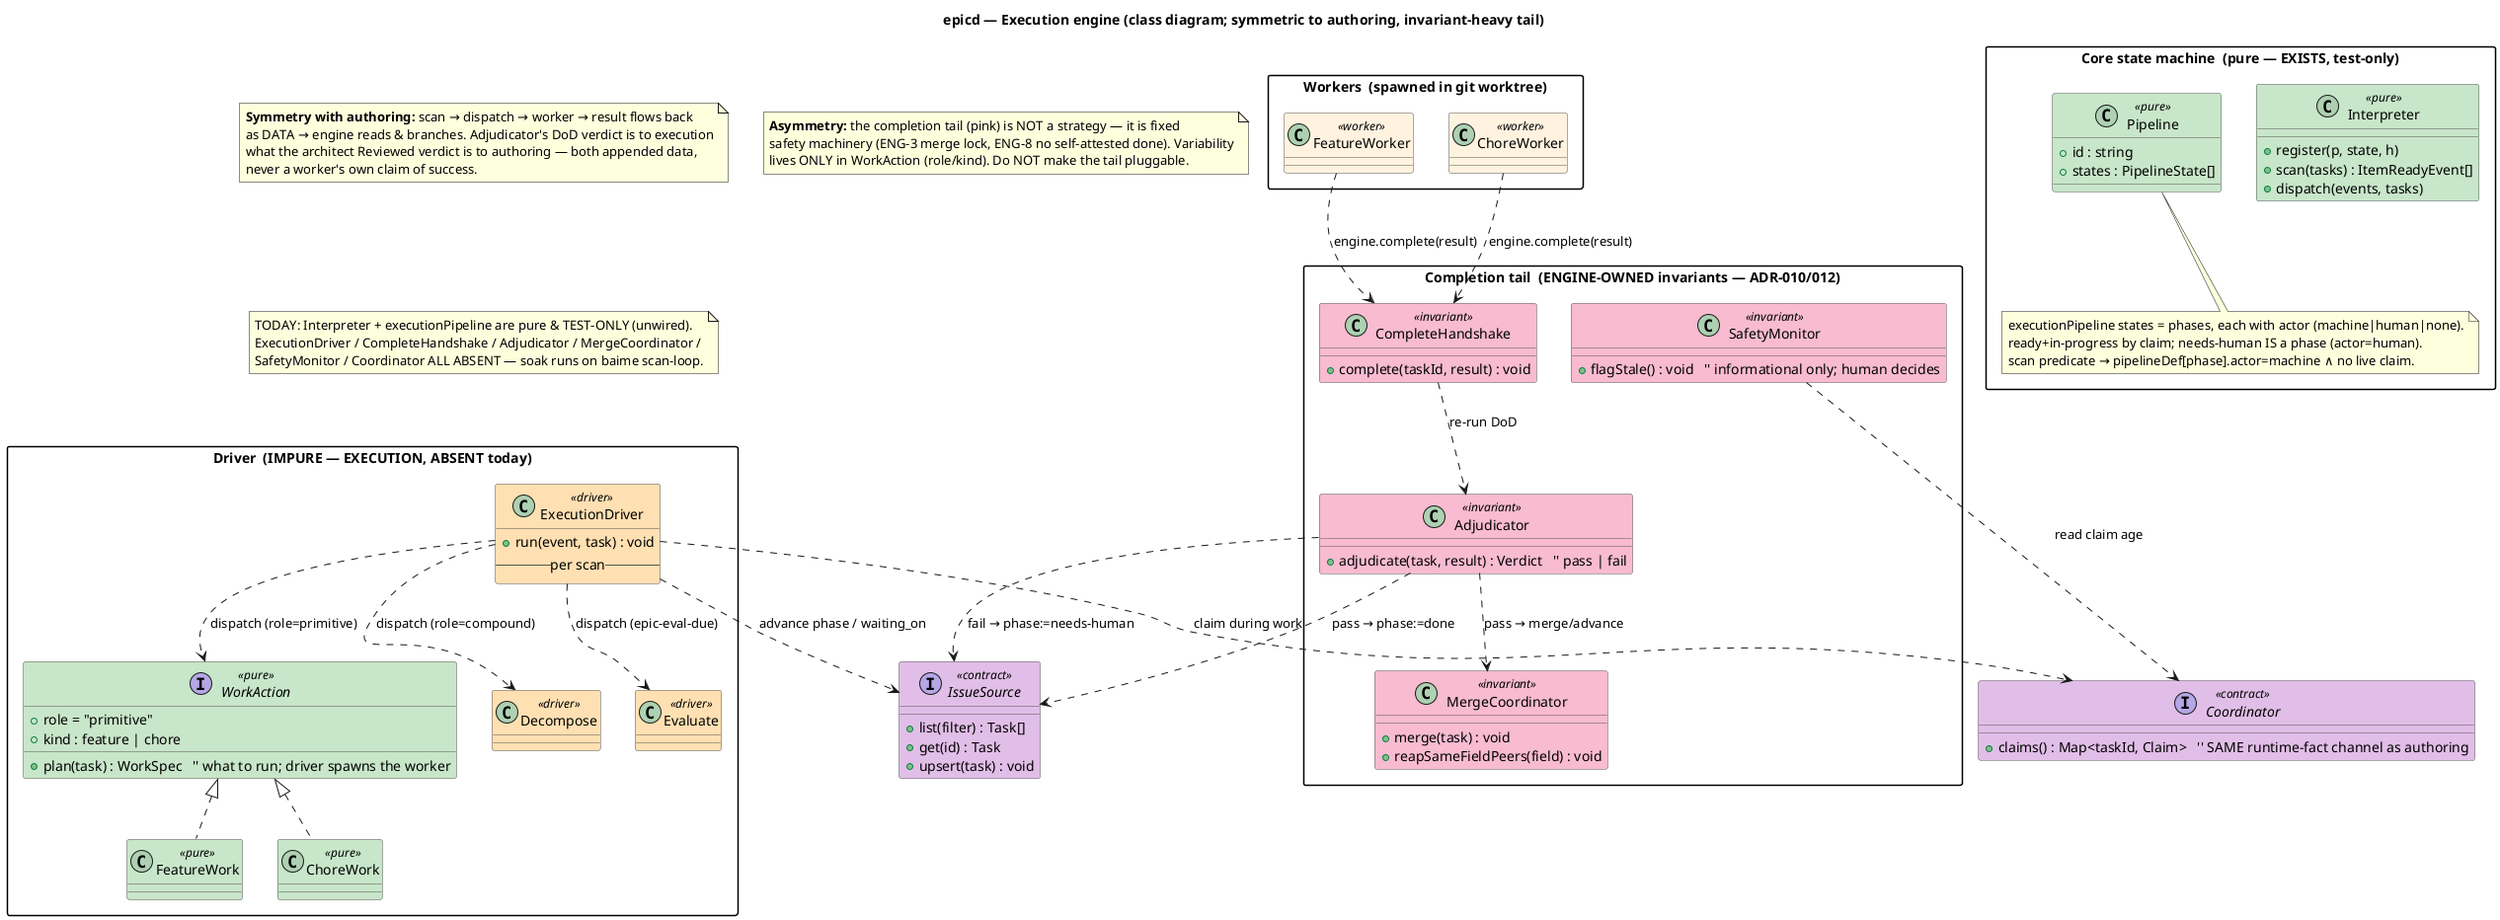
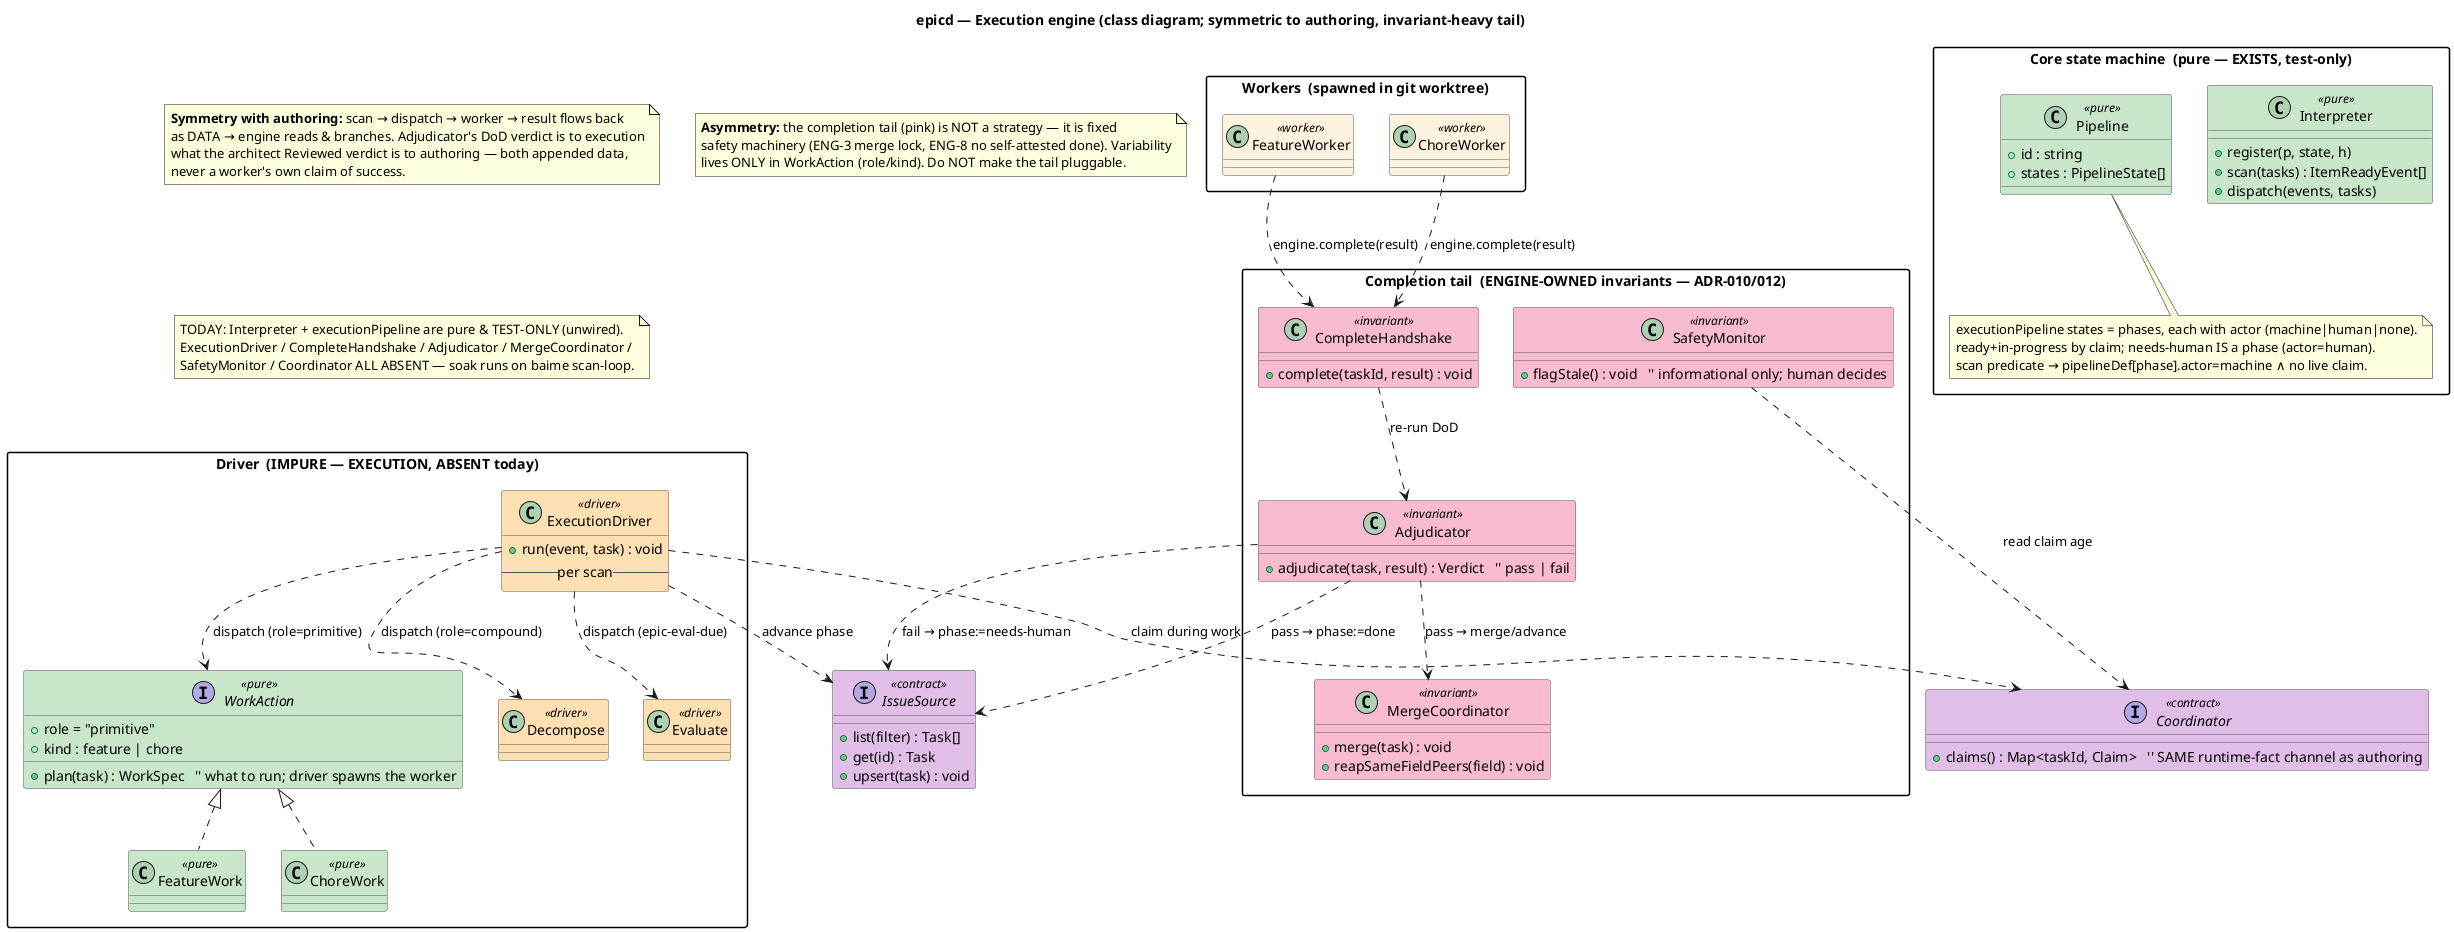
@startuml epicd-execution-class
' epicd — Execution CLASS diagram (symmetric to authoring-refine-class.puml).
' KEY ASYMMETRY (a real finding): authoring is STRATEGY-heavy (policy varies by kind);
' execution is INVARIANT-heavy — the completion tail (complete→adjudicate→merge) is
' engine-owned safety machinery (ADR-010/012), NOT pluggable. Only the WORK action
' is dispatched by role/kind.
' Today: interpreter.ts + pipeline.ts exist (pure, TEST-ONLY); everything else ABSENT.

skinparam backgroundColor #FFFFFF
skinparam shadowing false
skinparam class {
  BorderColor #555555
  BackgroundColor #E8F0FE
  BackgroundColor<<pure>> #C8E6C9
  BackgroundColor<<driver>> #FFE0B2
  BackgroundColor<<worker>> #FFF3E0
  BackgroundColor<<invariant>> #F8BBD0
  BackgroundColor<<contract>> #E1BEE7
}
skinparam packageStyle rectangle

title epicd — Execution engine (class diagram; symmetric to authoring, invariant-heavy tail)

' ===================== CORE (pure, exists today) =====================
package "Core state machine  (pure — EXISTS, test-only)" {
  class Interpreter <<pure>> {
    +register(p, state, h)
    +scan(tasks) : ItemReadyEvent[]
    +dispatch(events, tasks)
  }
  class Pipeline <<pure>> {
    +id : string
    +states : PipelineState[]
  }
  note bottom of Pipeline
    executionPipeline states = phases, each with actor (machine|human|none).
    ready+in-progress by claim; needs-human IS a phase (actor=human).
    scan predicate → pipelineDef[phase].actor=machine ∧ no live claim.
  end note
}

' ===================== DRIVER (impure — dispatches work by role/kind) =====================
package "Driver  (IMPURE — EXECUTION, ABSENT today)" {
  class ExecutionDriver <<driver>> {
    '' Handler registered at (execution, actionable phase)
    +run(event, task) : void
    -- per scan --
    '' 1. claim(task) via Coordinator (stale-safe)
    '' 2. dispatch by role:
    ''      primitive → WorkAction (by kind) in a git worktree
    ''      compound  → Decompose | Evaluate
    '' 3. hand result to the INVARIANT tail (below)
  }
  interface WorkAction <<pure>> {
    +role = "primitive"
    +kind : feature | chore
    +plan(task) : WorkSpec   '' what to run; driver spawns the worker
  }
  class FeatureWork <<pure>> {
    '' implement in worktree; DoD = tests
  }
  class ChoreWork <<pure>> {
    '' run checklist; non-coding
  }
  class Decompose <<driver>> {
    '' compound: create children ⇒ role flips primitive→compound
  }
  class Evaluate <<driver>> {
    '' compound: all children terminal → verdict
  }
  WorkAction <|.. FeatureWork
  WorkAction <|.. ChoreWork
  ExecutionDriver ..> WorkAction : dispatch (role=primitive)
  ExecutionDriver ..> Decompose : dispatch (role=compound)
  ExecutionDriver ..> Evaluate  : dispatch (epic-eval-due)
}

' ===================== WORKERS (spawned in worktree, Plane 2) =====================
package "Workers  (spawned in git worktree)" {
  class FeatureWorker <<worker>> {
    '' Claude Code: implements; calls engine.complete(result) — MAY NOT self-write done
  }
  class ChoreWorker <<worker>> {
    '' Claude Code: runs checklist; calls engine.complete(result)
  }
}

' ===================== INVARIANT TAIL (engine-owned, NOT pluggable) =====================
package "Completion tail  (ENGINE-OWNED invariants — ADR-010/012)" {
  class CompleteHandshake <<invariant>> {
    '' engine.complete(taskId, result): the ONLY done path
    +complete(taskId, result) : void
  }
  class Adjudicator <<invariant>> {
    '' ENG-8: engine RE-RUNS DoD; worker verdict is NOT trusted
    +adjudicate(task, result) : Verdict   '' pass | fail
  }
  class MergeCoordinator <<invariant>> {
    '' ENG-3: single merge lock (proper-lockfile); advance state
    +merge(task) : void
    +reapSameFieldPeers(field) : void
  }
  class SafetyMonitor <<invariant>> {
-     '' stale-in-progress = waiting_on=machine ∧ claim timed out
+     '' stale-in-progress = actor(phase)=machine ∧ claim timed out
    +flagStale() : void   '' informational only; human decides
  }
  CompleteHandshake ..> Adjudicator : re-run DoD
  Adjudicator ..> MergeCoordinator : pass → merge/advance
}

' ===================== CONTRACTS (shared with authoring) =====================
interface IssueSource <<contract>> {
  +list(filter) : Task[]
  +get(id) : Task
  +upsert(task) : void
}
interface Coordinator <<contract>> {
  +claims() : Map<taskId, Claim>   '' SAME runtime-fact channel as authoring
}

ExecutionDriver ..> Coordinator : claim during work
- ExecutionDriver ..> IssueSource : advance phase / waiting_on
+ ExecutionDriver ..> IssueSource : advance phase
FeatureWorker ..> CompleteHandshake : engine.complete(result)
ChoreWorker ..> CompleteHandshake : engine.complete(result)
Adjudicator ..> IssueSource : pass → phase:=done
Adjudicator ..> IssueSource : fail → phase:=needs-human
SafetyMonitor ..> Coordinator : read claim age

' ===================== NOTES =====================
note as N_symmetry
  **Symmetry with authoring:** scan → dispatch → worker → result flows back
  as DATA → engine reads & branches. Adjudicator's DoD verdict is to execution
  what the architect Reviewed verdict is to authoring — both appended data,
  never a worker's own claim of success.
end note
note as N_asymmetry
  **Asymmetry:** the completion tail (pink) is NOT a strategy — it is fixed
  safety machinery (ENG-3 merge lock, ENG-8 no self-attested done). Variability
  lives ONLY in WorkAction (role/kind). Do NOT make the tail pluggable.
end note
note as N_today
  TODAY: Interpreter + executionPipeline are pure & TEST-ONLY (unwired).
  ExecutionDriver / CompleteHandshake / Adjudicator / MergeCoordinator /
  SafetyMonitor / Coordinator ALL ABSENT — soak runs on baime scan-loop.
end note

@enduml
